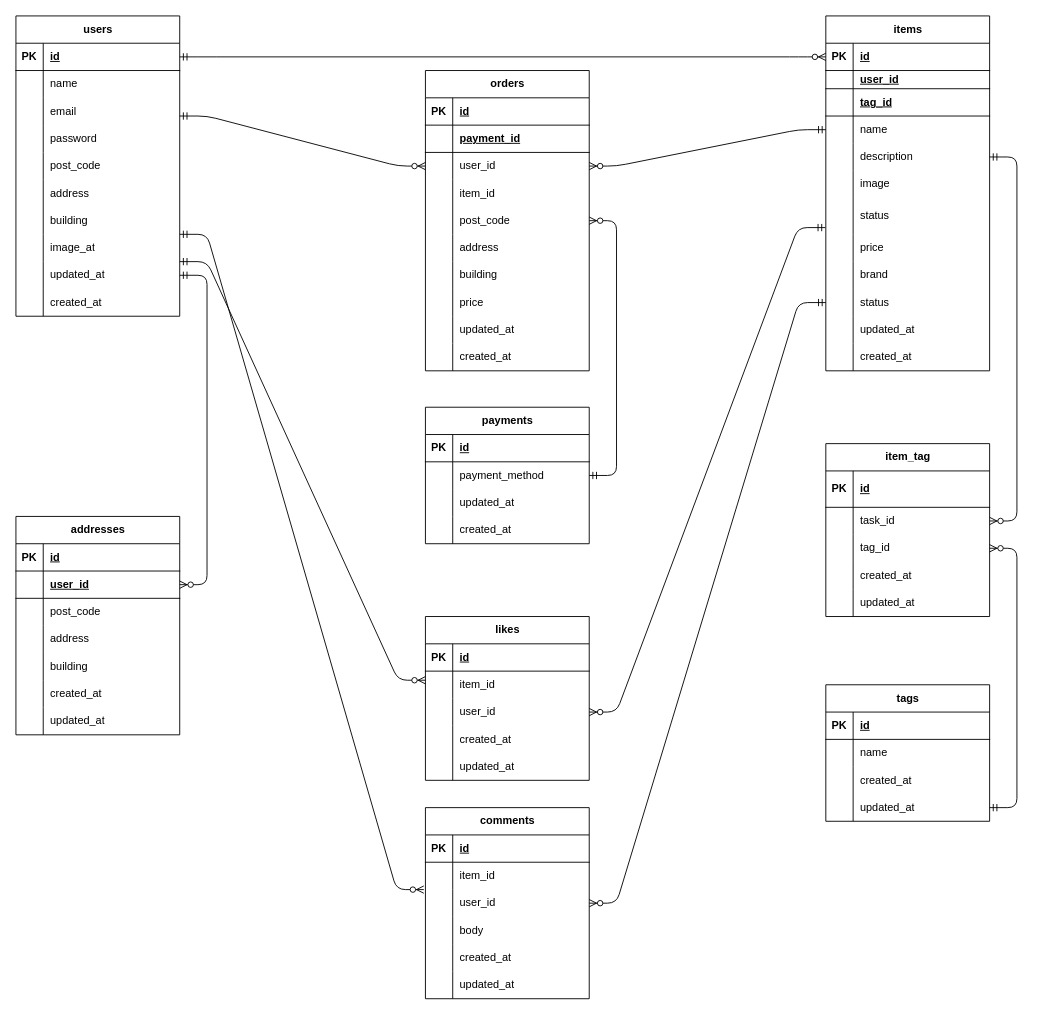
Earlier version of the draw.io diagram ER.dio (sekirubeg/keita-free). Source tidied: cells renumbered, new cells numbered last; positions are measured from the earlier drawing's top-left corner, leaving out a move shared by most shapes. Both pictures are drawn from the tidied source at 91%, with x=0, y=0 at pixel (15, 15).
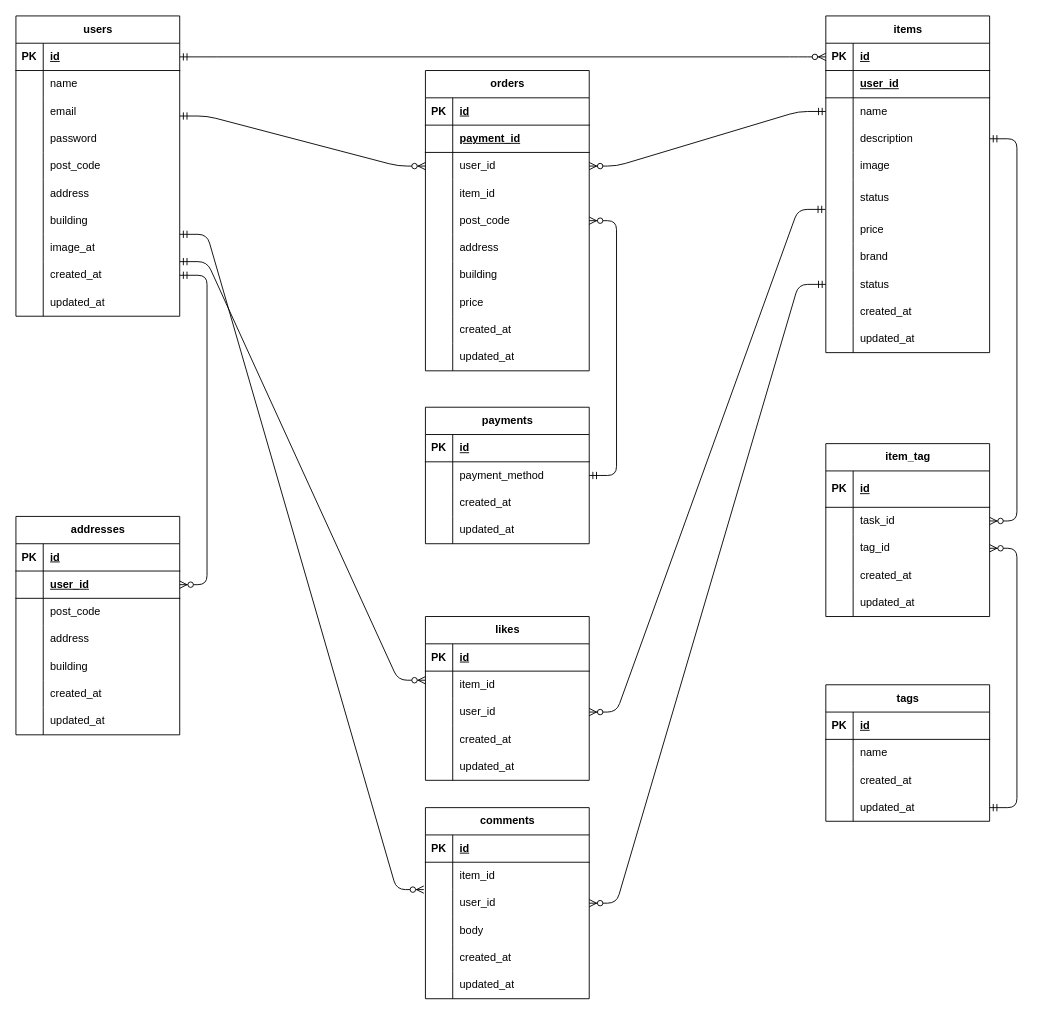
After the change.

Unchanged cells that the change refers to:
```xml
<mxCell id="64" style="shape=tableRow;horizontal=0;startSize=0;swimlaneHead=0;swimlaneBody=0;fillColor=none;top=0;left=0;right=0;bottom=0;" parent="39" vertex="1">
  <mxGeometry y="270" width="180" height="30" as="geometry" />
</mxCell>
<mxCell id="67" style="shape=tableRow;horizontal=0;startSize=0;swimlaneHead=0;swimlaneBody=0;fillColor=none;top=0;left=0;right=0;bottom=0;" parent="39" vertex="1">
  <mxGeometry y="300" width="180" height="30" as="geometry" />
</mxCell>
<mxCell id="147" style="shape=tableRow;horizontal=0;startSize=0;swimlaneHead=0;swimlaneBody=0;fillColor=none;top=0;left=0;right=0;bottom=0;" parent="140" vertex="1">
  <mxGeometry y="90" width="180" height="30" as="geometry" />
</mxCell>
<mxCell id="150" style="shape=tableRow;horizontal=0;startSize=0;swimlaneHead=0;swimlaneBody=0;fillColor=none;top=0;left=0;right=0;bottom=0;" parent="140" vertex="1">
  <mxGeometry y="120" width="180" height="30" as="geometry" />
</mxCell>
<mxCell id="178" style="shape=tableRow;horizontal=0;startSize=0;swimlaneHead=0;swimlaneBody=0;fillColor=none;top=0;left=0;right=0;bottom=0;" parent="153" vertex="1">
  <mxGeometry y="270" width="180" height="30" as="geometry" />
</mxCell>
<mxCell id="181" style="shape=tableRow;horizontal=0;startSize=0;swimlaneHead=0;swimlaneBody=0;fillColor=none;top=0;left=0;right=0;bottom=0;" parent="153" vertex="1">
  <mxGeometry y="300" width="180" height="30" as="geometry" />
</mxCell>
```

The edit, as a diff of the source:
```diff
@@
     <mxCell id="2" value="items" style="shape=table;startSize=30;childLayout=tableLayout;rowLines=0;fontStyle=1;align=center;html=1;" parent="1" vertex="1">
-      <mxGeometry x="890" width="180" height="390" as="geometry" />
+      <mxGeometry x="890" width="180" height="370" as="geometry" />
     </mxCell>
@@
     <mxCell id="6" style="shape=tableRow;horizontal=0;startSize=0;swimlaneHead=0;swimlaneBody=0;fillColor=none;top=0;left=0;right=0;bottom=1;" parent="2" vertex="1">
-      <mxGeometry y="60" width="180" height="20" as="geometry" />
+      <mxGeometry y="60" width="180" height="30" as="geometry" />
     </mxCell>
     <mxCell id="7" style="shape=partialRectangle;fillColor=none;top=0;left=0;bottom=0;right=0;fontStyle=1;overflow=hidden;whiteSpace=wrap;html=1;" parent="6" vertex="1">
-      <mxGeometry width="30" height="20" as="geometry" />
+      <mxGeometry width="30" height="30" as="geometry" />
     </mxCell>
     <mxCell id="8" value="user_id" style="shape=partialRectangle;fillColor=none;top=0;left=0;bottom=0;right=0;align=left;spacingLeft=6;fontStyle=5;overflow=hidden;whiteSpace=wrap;html=1;" parent="6" vertex="1">
-      <mxGeometry x="30" width="150" height="20" as="geometry" />
+      <mxGeometry x="30" width="150" height="30" as="geometry" />
     </mxCell>
-    <mxCell id="9" style="shape=tableRow;horizontal=0;startSize=0;swimlaneHead=0;swimlaneBody=0;fillColor=none;top=0;left=0;right=0;bottom=1;" parent="2" vertex="1">
-      <mxGeometry y="80" width="180" height="30" as="geometry" />
-    </mxCell>
-    <mxCell id="10" style="shape=partialRectangle;fillColor=none;top=0;left=0;bottom=0;right=0;fontStyle=1;overflow=hidden;whiteSpace=wrap;html=1;" parent="9" vertex="1">
-      <mxGeometry width="30" height="30" as="geometry" />
-    </mxCell>
-    <mxCell id="11" value="tag_id" style="shape=partialRectangle;fillColor=none;top=0;left=0;bottom=0;right=0;align=left;spacingLeft=6;fontStyle=5;overflow=hidden;whiteSpace=wrap;html=1;" parent="9" vertex="1">
-      <mxGeometry x="30" width="150" height="30" as="geometry" />
-    </mxCell>
     <mxCell id="12" style="shape=tableRow;horizontal=0;startSize=0;swimlaneHead=0;swimlaneBody=0;fillColor=none;points=[[0,0.5],[1,0.5]];portConstraint=eastwest;top=0;left=0;right=0;bottom=0;" parent="2" vertex="1">
-      <mxGeometry y="110" width="180" height="30" as="geometry" />
+      <mxGeometry y="90" width="180" height="30" as="geometry" />
     </mxCell>
@@
     <mxCell id="15" style="shape=tableRow;horizontal=0;startSize=0;swimlaneHead=0;swimlaneBody=0;fillColor=none;points=[[0,0.5],[1,0.5]];portConstraint=eastwest;top=0;left=0;right=0;bottom=0;" parent="2" vertex="1">
-      <mxGeometry y="140" width="180" height="30" as="geometry" />
+      <mxGeometry y="120" width="180" height="30" as="geometry" />
     </mxCell>
@@
     <mxCell id="18" style="shape=tableRow;horizontal=0;startSize=0;swimlaneHead=0;swimlaneBody=0;fillColor=none;top=0;left=0;right=0;bottom=0;" parent="2" vertex="1">
-      <mxGeometry y="170" width="180" height="30" as="geometry" />
+      <mxGeometry y="150" width="180" height="30" as="geometry" />
     </mxCell>
@@
     <mxCell id="21" style="shape=tableRow;horizontal=0;startSize=0;swimlaneHead=0;swimlaneBody=0;fillColor=none;points=[[0,0.5],[1,0.5]];portConstraint=eastwest;top=0;left=0;right=0;bottom=0;" parent="2" vertex="1">
-      <mxGeometry y="200" width="180" height="40" as="geometry" />
+      <mxGeometry y="180" width="180" height="40" as="geometry" />
     </mxCell>
@@
     <mxCell id="24" style="shape=tableRow;horizontal=0;startSize=0;swimlaneHead=0;swimlaneBody=0;fillColor=none;top=0;left=0;right=0;bottom=0;" parent="2" vertex="1">
-      <mxGeometry y="240" width="180" height="30" as="geometry" />
+      <mxGeometry y="220" width="180" height="30" as="geometry" />
     </mxCell>
@@
     <mxCell id="27" style="shape=tableRow;horizontal=0;startSize=0;swimlaneHead=0;swimlaneBody=0;fillColor=none;top=0;left=0;right=0;bottom=0;" parent="2" vertex="1">
-      <mxGeometry y="270" width="180" height="30" as="geometry" />
+      <mxGeometry y="250" width="180" height="30" as="geometry" />
     </mxCell>
@@
     <mxCell id="30" style="shape=tableRow;horizontal=0;startSize=0;swimlaneHead=0;swimlaneBody=0;fillColor=none;points=[[0,0.5],[1,0.5]];portConstraint=eastwest;top=0;left=0;right=0;bottom=0;" parent="2" vertex="1">
-      <mxGeometry y="300" width="180" height="30" as="geometry" />
+      <mxGeometry y="280" width="180" height="30" as="geometry" />
     </mxCell>
@@
     <mxCell id="33" style="shape=tableRow;horizontal=0;startSize=0;swimlaneHead=0;swimlaneBody=0;fillColor=none;top=0;left=0;right=0;bottom=0;" parent="2" vertex="1">
-      <mxGeometry y="330" width="180" height="30" as="geometry" />
+      <mxGeometry y="310" width="180" height="30" as="geometry" />
     </mxCell>
@@
-    <mxCell id="35" value="updated_at" style="shape=partialRectangle;fillColor=none;top=0;left=0;bottom=0;right=0;align=left;spacingLeft=6;overflow=hidden;whiteSpace=wrap;html=1;" parent="33" vertex="1">
+    <mxCell id="35" value="created_at" style="shape=partialRectangle;fillColor=none;top=0;left=0;bottom=0;right=0;align=left;spacingLeft=6;overflow=hidden;whiteSpace=wrap;html=1;" parent="33" vertex="1">
       <mxGeometry x="30" width="150" height="30" as="geometry" />
     </mxCell>
     <mxCell id="36" style="shape=tableRow;horizontal=0;startSize=0;swimlaneHead=0;swimlaneBody=0;fillColor=none;top=0;left=0;right=0;bottom=0;" parent="2" vertex="1">
-      <mxGeometry y="360" width="180" height="30" as="geometry" />
+      <mxGeometry y="340" width="180" height="30" as="geometry" />
     </mxCell>
@@
-    <mxCell id="38" value="created_at" style="shape=partialRectangle;fillColor=none;top=0;left=0;bottom=0;right=0;align=left;spacingLeft=6;overflow=hidden;whiteSpace=wrap;html=1;" parent="36" vertex="1">
+    <mxCell id="38" value="&lt;span style=&quot;color: rgb(0, 0, 0);&quot;&gt;updated_at&lt;/span&gt;" style="shape=partialRectangle;fillColor=none;top=0;left=0;bottom=0;right=0;align=left;spacingLeft=6;overflow=hidden;whiteSpace=wrap;html=1;" parent="36" vertex="1">
       <mxGeometry x="30" width="150" height="30" as="geometry" />
     </mxCell>
@@
-    <mxCell id="66" value="updated_at" style="shape=partialRectangle;fillColor=none;top=0;left=0;bottom=0;right=0;align=left;spacingLeft=6;overflow=hidden;whiteSpace=wrap;html=1;" parent="64" vertex="1">
+    <mxCell id="66" value="created_at" style="shape=partialRectangle;fillColor=none;top=0;left=0;bottom=0;right=0;align=left;spacingLeft=6;overflow=hidden;whiteSpace=wrap;html=1;" parent="64" vertex="1">
       <mxGeometry x="30" width="150" height="30" as="geometry" />
     </mxCell>
@@
-    <mxCell id="69" value="created_at" style="shape=partialRectangle;fillColor=none;top=0;left=0;bottom=0;right=0;align=left;spacingLeft=6;overflow=hidden;whiteSpace=wrap;html=1;" parent="67" vertex="1">
+    <mxCell id="69" value="&lt;span style=&quot;color: rgb(0, 0, 0);&quot;&gt;updated_at&lt;/span&gt;" style="shape=partialRectangle;fillColor=none;top=0;left=0;bottom=0;right=0;align=left;spacingLeft=6;overflow=hidden;whiteSpace=wrap;html=1;" parent="67" vertex="1">
       <mxGeometry x="30" width="150" height="30" as="geometry" />
     </mxCell>
@@
-    <mxCell id="149" value="updated_at" style="shape=partialRectangle;fillColor=none;top=0;left=0;bottom=0;right=0;align=left;spacingLeft=6;overflow=hidden;whiteSpace=wrap;html=1;" parent="147" vertex="1">
+    <mxCell id="149" value="created_at" style="shape=partialRectangle;fillColor=none;top=0;left=0;bottom=0;right=0;align=left;spacingLeft=6;overflow=hidden;whiteSpace=wrap;html=1;" parent="147" vertex="1">
       <mxGeometry x="30" width="150" height="30" as="geometry" />
     </mxCell>
@@
-    <mxCell id="152" value="created_at" style="shape=partialRectangle;fillColor=none;top=0;left=0;bottom=0;right=0;align=left;spacingLeft=6;overflow=hidden;whiteSpace=wrap;html=1;" parent="150" vertex="1">
+    <mxCell id="152" value="&lt;span style=&quot;color: rgb(0, 0, 0);&quot;&gt;updated_at&lt;/span&gt;" style="shape=partialRectangle;fillColor=none;top=0;left=0;bottom=0;right=0;align=left;spacingLeft=6;overflow=hidden;whiteSpace=wrap;html=1;" parent="150" vertex="1">
       <mxGeometry x="30" width="150" height="30" as="geometry" />
     </mxCell>
@@
-    <mxCell id="180" value="updated_at" style="shape=partialRectangle;fillColor=none;top=0;left=0;bottom=0;right=0;align=left;spacingLeft=6;overflow=hidden;whiteSpace=wrap;html=1;" parent="178" vertex="1">
+    <mxCell id="180" value="created_at" style="shape=partialRectangle;fillColor=none;top=0;left=0;bottom=0;right=0;align=left;spacingLeft=6;overflow=hidden;whiteSpace=wrap;html=1;" parent="178" vertex="1">
       <mxGeometry x="30" width="150" height="30" as="geometry" />
     </mxCell>
@@
-    <mxCell id="183" value="created_at" style="shape=partialRectangle;fillColor=none;top=0;left=0;bottom=0;right=0;align=left;spacingLeft=6;overflow=hidden;whiteSpace=wrap;html=1;" parent="181" vertex="1">
+    <mxCell id="183" value="&lt;span style=&quot;color: rgb(0, 0, 0);&quot;&gt;updated_at&lt;/span&gt;" style="shape=partialRectangle;fillColor=none;top=0;left=0;bottom=0;right=0;align=left;spacingLeft=6;overflow=hidden;whiteSpace=wrap;html=1;" parent="181" vertex="1">
       <mxGeometry x="30" width="150" height="30" as="geometry" />
     </mxCell>
```
